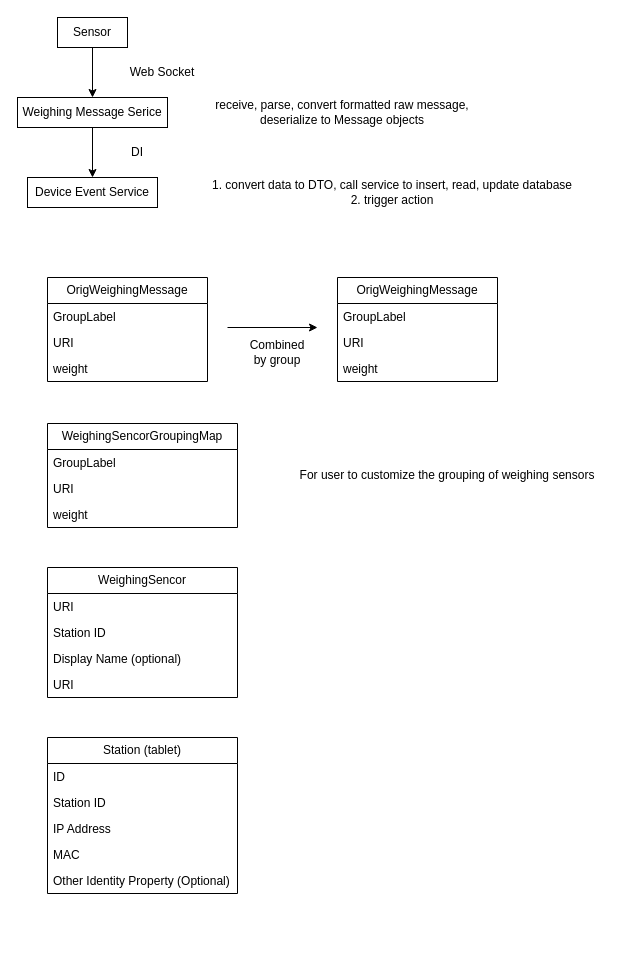
This is gravis/Untitled Diagram.drawio from MQzhiyong/draw_io, a draw.io file, before an edit. Source tidied: cells renumbered, new cells numbered last; positions are measured from the earlier drawing's top-left corner, leaving out a move shared by most shapes. Both pictures are drawn from the tidied source at 100%, with x=0, y=0 at pixel (17, 17).
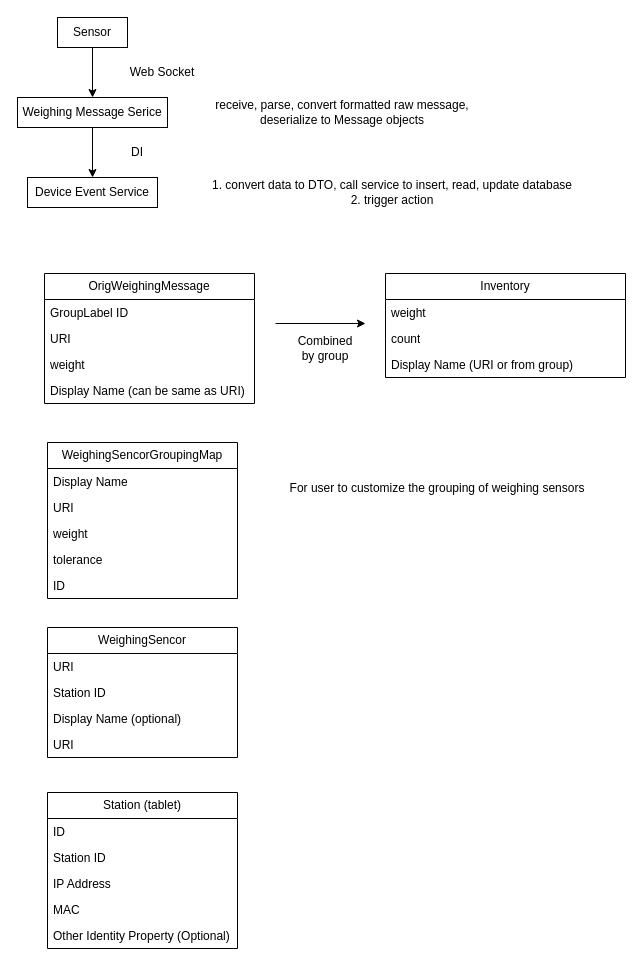
The same diagram, later.

What changed in the source:
```diff
@@
     <mxCell id="11" value="OrigWeighingMessage" style="swimlane;fontStyle=0;horizontal=1;startSize=26;fillColor=none;whiteSpace=wrap;html=1;" parent="1" vertex="1">
-      <mxGeometry x="30" y="260" width="160" height="104" as="geometry" />
+      <mxGeometry x="27" y="256" width="210" height="130" as="geometry" />
     </mxCell>
-    <mxCell id="12" value="GroupLabel" style="text;strokeColor=none;fillColor=none;align=left;verticalAlign=top;spacingLeft=4;spacingRight=4;overflow=hidden;whiteSpace=wrap;html=1;" parent="11" vertex="1">
-      <mxGeometry y="26" width="160" height="26" as="geometry" />
+    <mxCell id="12" value="GroupLabel ID" style="text;strokeColor=none;fillColor=none;align=left;verticalAlign=top;spacingLeft=4;spacingRight=4;overflow=hidden;whiteSpace=wrap;html=1;" parent="11" vertex="1">
+      <mxGeometry y="26" width="210" height="26" as="geometry" />
     </mxCell>
     <mxCell id="13" value="URI" style="text;strokeColor=none;fillColor=none;align=left;verticalAlign=top;spacingLeft=4;spacingRight=4;overflow=hidden;whiteSpace=wrap;html=1;" parent="11" vertex="1">
-      <mxGeometry y="52" width="160" height="26" as="geometry" />
+      <mxGeometry y="52" width="210" height="26" as="geometry" />
     </mxCell>
+    <mxCell id="37" value="weight" style="text;strokeColor=none;fillColor=none;align=left;verticalAlign=top;spacingLeft=4;spacingRight=4;overflow=hidden;whiteSpace=wrap;html=1;" parent="11" vertex="1">
+      <mxGeometry y="78" width="210" height="26" as="geometry" />
+    </mxCell>
-    <mxCell id="14" value="weight" style="text;strokeColor=none;fillColor=none;align=left;verticalAlign=top;spacingLeft=4;spacingRight=4;overflow=hidden;whiteSpace=wrap;html=1;" parent="11" vertex="1">
-      <mxGeometry y="78" width="160" height="26" as="geometry" />
+    <mxCell id="14" value="Display Name (can be same as URI)" style="text;strokeColor=none;fillColor=none;align=left;verticalAlign=top;spacingLeft=4;spacingRight=4;overflow=hidden;whiteSpace=wrap;html=1;" parent="11" vertex="1">
+      <mxGeometry y="104" width="210" height="26" as="geometry" />
     </mxCell>
-    <mxCell id="15" value="OrigWeighingMessage" style="swimlane;fontStyle=0;horizontal=1;startSize=26;fillColor=none;whiteSpace=wrap;html=1;" parent="1" vertex="1">
-      <mxGeometry x="320" y="260" width="160" height="104" as="geometry" />
+    <mxCell id="15" value="Inventory" style="swimlane;fontStyle=0;horizontal=1;startSize=26;fillColor=none;whiteSpace=wrap;html=1;" parent="1" vertex="1">
+      <mxGeometry x="368" y="256" width="240" height="104" as="geometry" />
     </mxCell>
-    <mxCell id="16" value="GroupLabel" style="text;strokeColor=none;fillColor=none;align=left;verticalAlign=top;spacingLeft=4;spacingRight=4;overflow=hidden;whiteSpace=wrap;html=1;" parent="15" vertex="1">
-      <mxGeometry y="26" width="160" height="26" as="geometry" />
-    </mxCell>
-    <mxCell id="17" value="URI" style="text;strokeColor=none;fillColor=none;align=left;verticalAlign=top;spacingLeft=4;spacingRight=4;overflow=hidden;whiteSpace=wrap;html=1;" parent="15" vertex="1">
-      <mxGeometry y="52" width="160" height="26" as="geometry" />
-    </mxCell>
     <mxCell id="18" value="weight" style="text;strokeColor=none;fillColor=none;align=left;verticalAlign=top;spacingLeft=4;spacingRight=4;overflow=hidden;whiteSpace=wrap;html=1;" parent="15" vertex="1">
-      <mxGeometry y="78" width="160" height="26" as="geometry" />
+      <mxGeometry y="26" width="240" height="26" as="geometry" />
     </mxCell>
+    <mxCell id="38" value="count" style="text;strokeColor=none;fillColor=none;align=left;verticalAlign=top;spacingLeft=4;spacingRight=4;overflow=hidden;whiteSpace=wrap;html=1;" parent="15" vertex="1">
+      <mxGeometry y="52" width="240" height="26" as="geometry" />
+    </mxCell>
+    <mxCell id="39" value="Display Name (URI or from group)" style="text;strokeColor=none;fillColor=none;align=left;verticalAlign=top;spacingLeft=4;spacingRight=4;overflow=hidden;whiteSpace=wrap;html=1;" parent="15" vertex="1">
+      <mxGeometry y="78" width="240" height="26" as="geometry" />
+    </mxCell>
     <mxCell id="19" style="endArrow=classic;html=1;rounded=0;" parent="1" edge="1">
       <mxGeometry relative="1" as="geometry">
-        <mxPoint x="210" y="310" as="sourcePoint" />
-        <mxPoint x="300" y="310" as="targetPoint" />
+        <mxPoint x="258" y="306" as="sourcePoint" />
+        <mxPoint x="348" y="306" as="targetPoint" />
       </mxGeometry>
     </mxCell>
     <mxCell id="20" value="Combined by group" style="text;html=1;strokeColor=none;fillColor=none;align=center;verticalAlign=middle;whiteSpace=wrap;rounded=0;" parent="1" vertex="1">
-      <mxGeometry x="230" y="320" width="60" height="30" as="geometry" />
+      <mxGeometry x="278" y="316" width="60" height="30" as="geometry" />
     </mxCell>
     <mxCell id="21" value="WeighingSencorGroupingMap" style="swimlane;fontStyle=0;horizontal=1;startSize=26;fillColor=none;whiteSpace=wrap;html=1;" parent="1" vertex="1">
-      <mxGeometry x="30" y="406" width="190" height="104" as="geometry" />
+      <mxGeometry x="30" y="425" width="190" height="156" as="geometry" />
     </mxCell>
-    <mxCell id="22" value="GroupLabel" style="text;strokeColor=none;fillColor=none;align=left;verticalAlign=top;spacingLeft=4;spacingRight=4;overflow=hidden;whiteSpace=wrap;html=1;" parent="21" vertex="1">
+    <mxCell id="22" value="Display Name" style="text;strokeColor=none;fillColor=none;align=left;verticalAlign=top;spacingLeft=4;spacingRight=4;overflow=hidden;whiteSpace=wrap;html=1;" parent="21" vertex="1">
       <mxGeometry y="26" width="190" height="26" as="geometry" />
     </mxCell>
@@
+    <mxCell id="40" value="weight" style="text;strokeColor=none;fillColor=none;align=left;verticalAlign=top;spacingLeft=4;spacingRight=4;overflow=hidden;whiteSpace=wrap;html=1;" parent="21" vertex="1">
+      <mxGeometry y="78" width="190" height="26" as="geometry" />
+    </mxCell>
+    <mxCell id="41" value="tolerance&lt;br&gt;" style="text;strokeColor=none;fillColor=none;align=left;verticalAlign=top;spacingLeft=4;spacingRight=4;overflow=hidden;whiteSpace=wrap;html=1;" parent="21" vertex="1">
+      <mxGeometry y="104" width="190" height="26" as="geometry" />
+    </mxCell>
-    <mxCell id="24" value="weight" style="text;strokeColor=none;fillColor=none;align=left;verticalAlign=top;spacingLeft=4;spacingRight=4;overflow=hidden;whiteSpace=wrap;html=1;" parent="21" vertex="1">
-      <mxGeometry y="78" width="190" height="26" as="geometry" />
+    <mxCell id="24" value="ID" style="text;strokeColor=none;fillColor=none;align=left;verticalAlign=top;spacingLeft=4;spacingRight=4;overflow=hidden;whiteSpace=wrap;html=1;" parent="21" vertex="1">
+      <mxGeometry y="130" width="190" height="26" as="geometry" />
     </mxCell>
     <mxCell id="25" value="WeighingSencor" style="swimlane;fontStyle=0;horizontal=1;startSize=26;fillColor=none;whiteSpace=wrap;html=1;" parent="1" vertex="1">
-      <mxGeometry x="30" y="550" width="190" height="130" as="geometry" />
+      <mxGeometry x="30" y="610" width="190" height="130" as="geometry" />
     </mxCell>
@@
     <mxCell id="30" value="Station (tablet)" style="swimlane;fontStyle=0;horizontal=1;startSize=26;fillColor=none;whiteSpace=wrap;html=1;" parent="1" vertex="1">
-      <mxGeometry x="30" y="720" width="190" height="156" as="geometry" />
+      <mxGeometry x="30" y="775" width="190" height="156" as="geometry" />
     </mxCell>
@@
     <mxCell id="36" value="For user to customize the grouping of weighing sensors" style="text;html=1;strokeColor=none;fillColor=none;align=center;verticalAlign=middle;whiteSpace=wrap;rounded=0;" parent="1" vertex="1">
-      <mxGeometry x="270" y="443" width="320" height="30" as="geometry" />
+      <mxGeometry x="260" y="456" width="320" height="30" as="geometry" />
     </mxCell>
```
